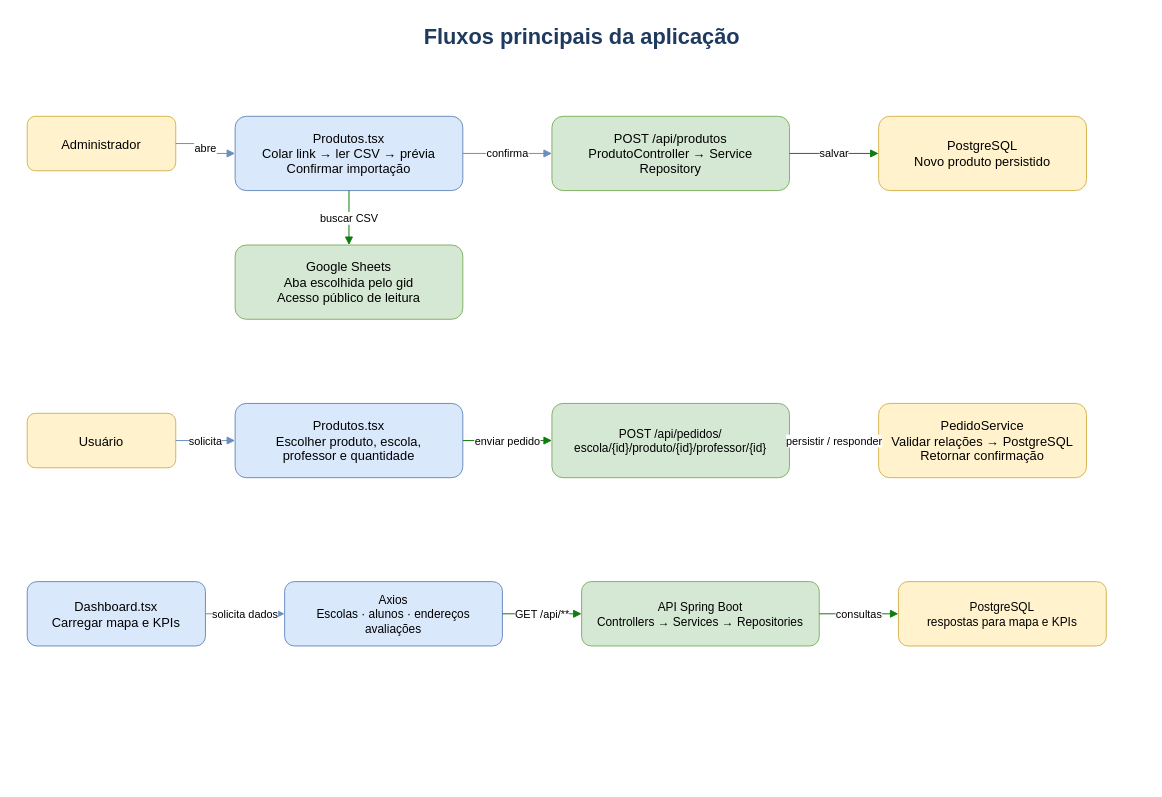
This is frontendWeb/public/diagramas/fluxos.drawio from leandrocrisci/recode-projeto-final, a draw.io file, before an edit. Source tidied: cells renumbered, new cells numbered last; positions are measured from the earlier drawing's top-left corner, leaving out a move shared by most shapes. Both pictures are drawn from the tidied source at 99%, with x=0, y=0 at pixel (17, 17).
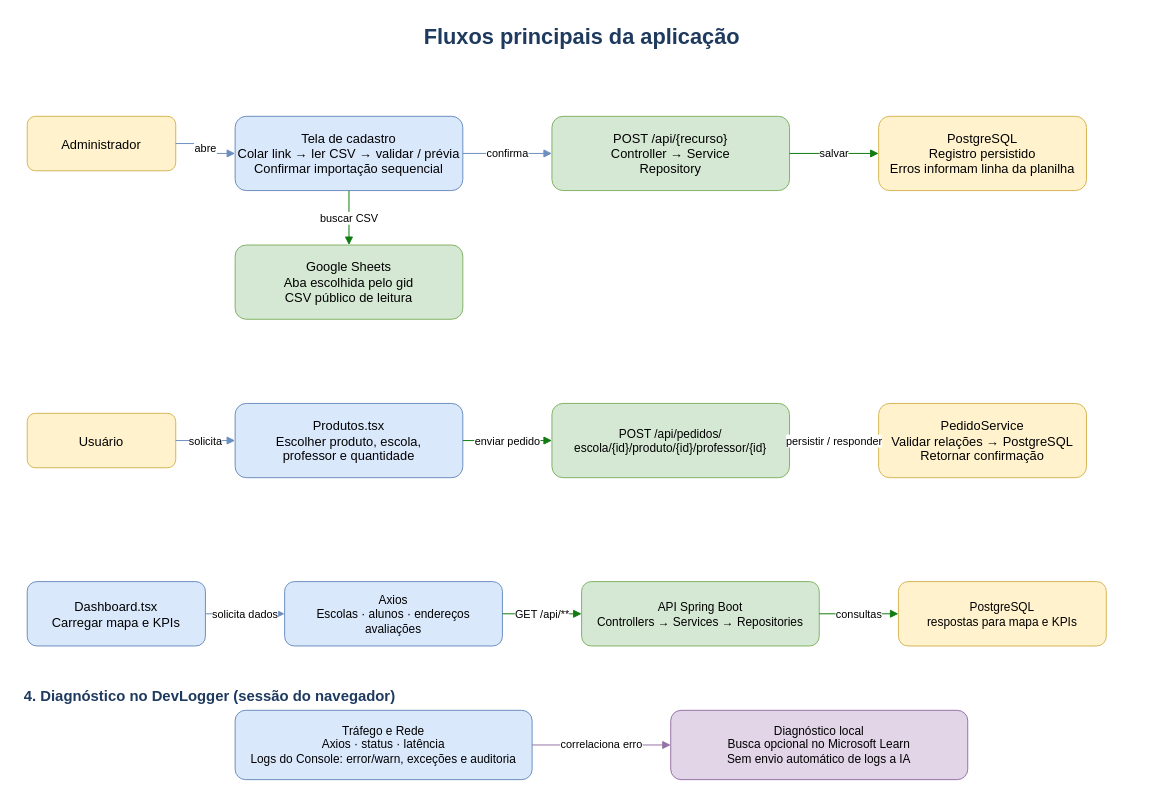
The same page after the edit.

The edit, as a diff of the source:
```diff
@@
-    <mxCell id="4" value="Produtos.tsx&lt;br&gt;Colar link → ler CSV → prévia&lt;br&gt;Confirmar importação" style="rounded=1;whiteSpace=wrap;html=1;fillColor=#dae8fc;strokeColor=#6c8ebf;fontSize=13;" parent="1" vertex="1">
+    <mxCell id="4" value="Tela de cadastro&lt;br&gt;Colar link → ler CSV → validar / prévia&lt;br&gt;Confirmar importação sequencial" style="rounded=1;whiteSpace=wrap;html=1;fillColor=#dae8fc;strokeColor=#6c8ebf;fontSize=13;" parent="1" vertex="1">
       <mxGeometry x="220" y="100" width="230" height="75" as="geometry" />
     </mxCell>
-    <mxCell id="5" value="Google Sheets&lt;br&gt;Aba escolhida pelo gid&lt;br&gt;Acesso público de leitura" style="rounded=1;whiteSpace=wrap;html=1;fillColor=#d5e8d4;strokeColor=#82b366;fontSize=13;" parent="1" vertex="1">
+    <mxCell id="5" value="Google Sheets&lt;br&gt;Aba escolhida pelo gid&lt;br&gt;CSV público de leitura" style="rounded=1;whiteSpace=wrap;html=1;fillColor=#d5e8d4;strokeColor=#82b366;fontSize=13;" parent="1" vertex="1">
       <mxGeometry x="220" y="230" width="230" height="75" as="geometry" />
     </mxCell>
-    <mxCell id="6" value="POST /api/produtos&lt;br&gt;ProdutoController → Service&lt;br&gt;Repository" style="rounded=1;whiteSpace=wrap;html=1;fillColor=#d5e8d4;strokeColor=#82b366;fontSize=13;" parent="1" vertex="1">
+    <mxCell id="6" value="POST /api/{recurso}&lt;br&gt;Controller → Service&lt;br&gt;Repository" style="rounded=1;whiteSpace=wrap;html=1;fillColor=#d5e8d4;strokeColor=#82b366;fontSize=13;" parent="1" vertex="1">
       <mxGeometry x="540" y="100" width="240" height="75" as="geometry" />
     </mxCell>
-    <mxCell id="7" value="PostgreSQL&lt;br&gt;Novo produto persistido" style="rounded=1;whiteSpace=wrap;html=1;fillColor=#fff2cc;strokeColor=#d6b656;fontSize=13;" parent="1" vertex="1">
+    <mxCell id="7" value="PostgreSQL&lt;br&gt;Registro persistido&lt;br&gt;Erros informam linha da planilha" style="rounded=1;whiteSpace=wrap;html=1;fillColor=#fff2cc;strokeColor=#d6b656;fontSize=13;" parent="1" vertex="1">
       <mxGeometry x="870" y="100" width="210" height="75" as="geometry" />
     </mxCell>
@@
+    <mxCell id="26" value="4. Diagnóstico no DevLogger (sessão do navegador)" style="text;html=1;strokeColor=none;fillColor=none;align=left;fontSize=15;fontStyle=1;fontColor=#1e3a5f;" parent="1" vertex="1">
+      <mxGeometry x="5" y="670" width="600" height="25" as="geometry" />
+    </mxCell>
+    <mxCell id="27" value="Tráfego e Rede&lt;br&gt;Axios · status · latência&lt;br&gt;Logs do Console: error/warn, exceções e auditoria" style="rounded=1;whiteSpace=wrap;html=1;fillColor=#dae8fc;strokeColor=#6c8ebf;fontSize=12;" parent="1" vertex="1">
+      <mxGeometry x="220" y="700" width="300" height="70" as="geometry" />
+    </mxCell>
+    <mxCell id="28" value="Diagnóstico local&lt;br&gt;Busca opcional no Microsoft Learn&lt;br&gt;Sem envio automático de logs a IA" style="rounded=1;whiteSpace=wrap;html=1;fillColor=#e1d5e7;strokeColor=#9673a6;fontSize=12;" parent="1" vertex="1">
+      <mxGeometry x="660" y="700" width="300" height="70" as="geometry" />
+    </mxCell>
+    <mxCell id="29" value="correlaciona erro" style="edgeStyle=orthogonalEdgeStyle;rounded=1;html=1;endArrow=block;endFill=1;strokeColor=#9673a6;" parent="1" edge="1" source="27" target="28">
+      <mxGeometry relative="1" as="geometry" />
+    </mxCell>
```
